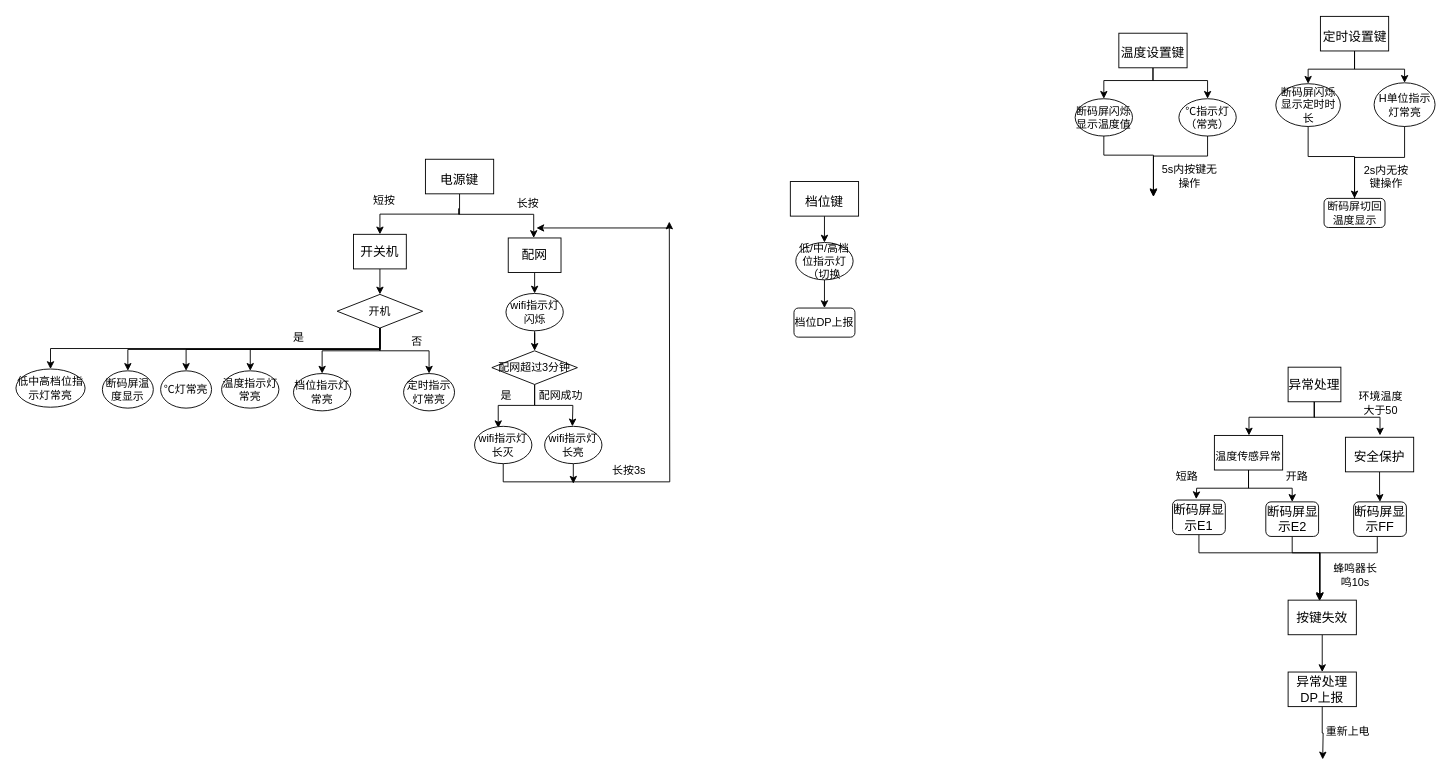
Before: led_frame.drawio in JeffYec/Jeff, a draw.io diagram. Source tidied: cells renumbered, new cells numbered last; positions are measured from the earlier drawing's top-left corner, leaving out a move shared by most shapes. Both pictures are drawn from the tidied source at 91%, with x=0, y=0 at pixel (15, 15).
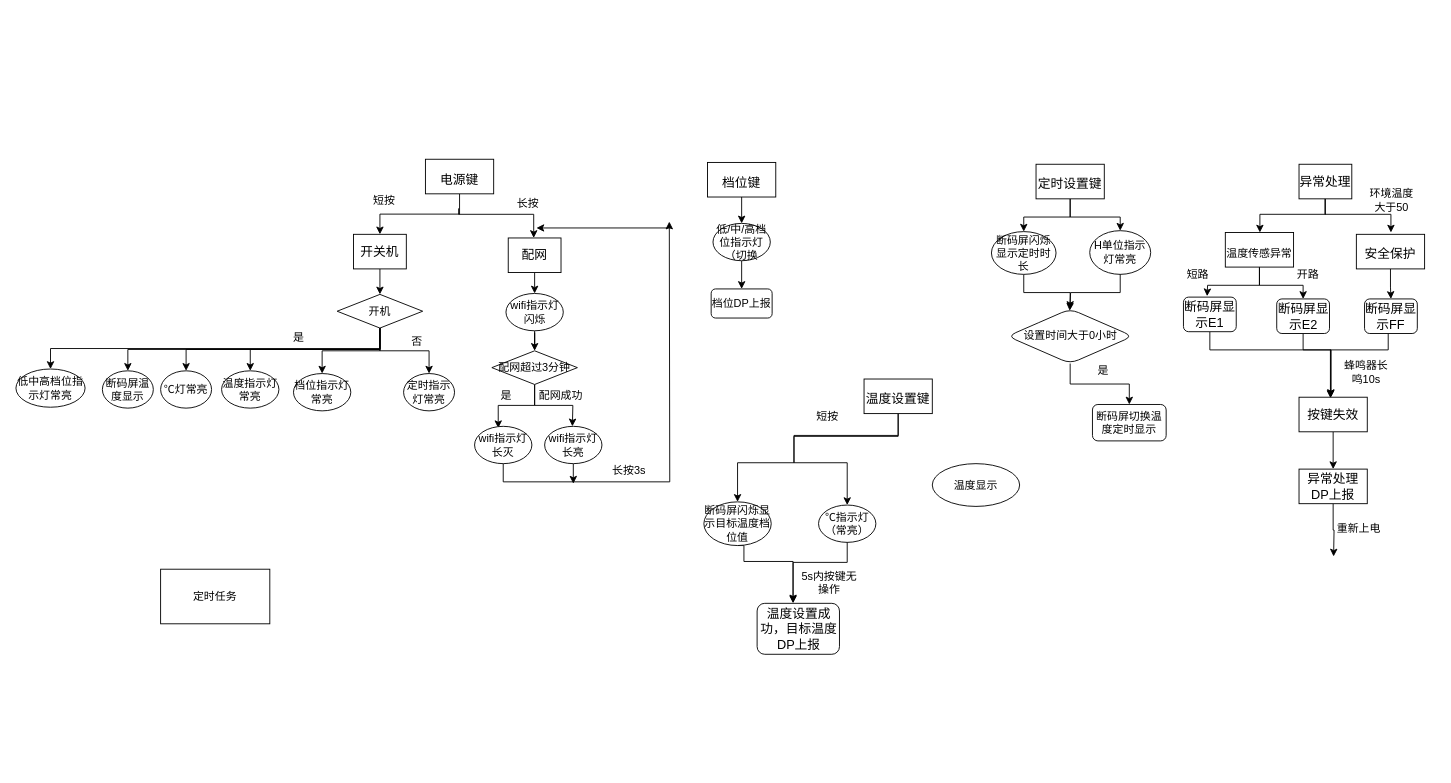
After the change.

Change to the diagram source:
```diff
@@
     <mxCell id="5" value="&lt;font style=&quot;font-size: 14px&quot;&gt;档位键&lt;/font&gt;" style="rounded=0;whiteSpace=wrap;html=1;fontSize=24;" parent="1" vertex="1">
-      <mxGeometry x="851" y="182" width="75" height="38" as="geometry" />
+      <mxGeometry x="760" y="161" width="75" height="38" as="geometry" />
     </mxCell>
     <mxCell id="6" style="edgeStyle=orthogonalEdgeStyle;rounded=0;jettySize=auto;html=1;exitX=0.5;exitY=1;exitDx=0;exitDy=0;entryX=0.5;entryY=0;entryDx=0;entryDy=0;" parent="1" edge="1" source="8" target="30">
       <mxGeometry relative="1" as="geometry">
         <Array as="points">
-          <mxPoint x="1250" y="71" />
-          <mxPoint x="1196" y="71" />
+          <mxPoint x="970" y="462" />
+          <mxPoint x="855" y="462" />
+          <mxPoint x="855" y="491" />
+          <mxPoint x="793" y="491" />
         </Array>
       </mxGeometry>
     </mxCell>
     <mxCell id="7" style="edgeStyle=orthogonalEdgeStyle;rounded=0;jettySize=auto;html=1;exitX=0.5;exitY=1;exitDx=0;exitDy=0;entryX=0.5;entryY=0;entryDx=0;entryDy=0;fontSize=12;" parent="1" edge="1" source="8" target="22">
       <mxGeometry relative="1" as="geometry">
         <Array as="points">
-          <mxPoint x="1250" y="71" />
-          <mxPoint x="1310" y="71" />
+          <mxPoint x="970" y="461" />
+          <mxPoint x="855" y="461" />
+          <mxPoint x="855" y="491" />
+          <mxPoint x="914" y="491" />
         </Array>
       </mxGeometry>
     </mxCell>
     <mxCell id="8" value="&lt;span style=&quot;font-size: 14px&quot;&gt;温度设置键&lt;/span&gt;" style="rounded=0;whiteSpace=wrap;html=1;fontSize=24;" parent="1" vertex="1">
-      <mxGeometry x="1212" y="19" width="75" height="38" as="geometry" />
+      <mxGeometry x="932" y="399" width="75" height="38" as="geometry" />
     </mxCell>
@@
     <mxCell id="11" value="&lt;font style=&quot;font-size: 14px&quot;&gt;定时设置键&lt;/font&gt;" style="rounded=0;whiteSpace=wrap;html=1;fontSize=24;" parent="1" vertex="1">
-      <mxGeometry x="1433.5" y="0.5" width="75" height="38" as="geometry" />
+      <mxGeometry x="1121" y="163" width="75" height="38" as="geometry" />
     </mxCell>
@@
     <mxCell id="20" value="低/中/高档位指示灯（切换" style="ellipse;whiteSpace=wrap;html=1;" parent="1" vertex="1">
-      <mxGeometry x="857" y="249" width="63" height="41" as="geometry" />
+      <mxGeometry x="766" y="228" width="63" height="41" as="geometry" />
     </mxCell>
     <mxCell id="21" style="edgeStyle=orthogonalEdgeStyle;rounded=0;orthogonalLoop=1;jettySize=auto;html=1;exitX=0.5;exitY=1;exitDx=0;exitDy=0;fontSize=12;" parent="1" edge="1">
       <mxGeometry relative="1" as="geometry">
-        <mxPoint x="1309.5" y="131" as="sourcePoint" />
-        <mxPoint x="1250" y="198" as="targetPoint" />
+        <mxPoint x="913.5" y="577.5" as="sourcePoint" />
+        <mxPoint x="854" y="644.5" as="targetPoint" />
         <Array as="points">
-          <mxPoint x="1310" y="154" />
-          <mxPoint x="1250" y="154" />
+          <mxPoint x="914" y="600.5" />
+          <mxPoint x="854" y="600.5" />
         </Array>
       </mxGeometry>
     </mxCell>
     <mxCell id="22" value="℃指示灯（常亮）" style="ellipse;whiteSpace=wrap;html=1;" parent="1" vertex="1">
-      <mxGeometry x="1278" y="91" width="63" height="41" as="geometry" />
+      <mxGeometry x="882" y="537.5" width="63" height="41" as="geometry" />
     </mxCell>
@@
     <mxCell id="29" style="edgeStyle=orthogonalEdgeStyle;rounded=0;jettySize=auto;html=1;exitX=0.5;exitY=1;exitDx=0;exitDy=0;" parent="1" edge="1" source="30">
       <mxGeometry relative="1" as="geometry">
-        <mxPoint x="1250" y="199" as="targetPoint" />
+        <mxPoint x="854" y="645.5" as="targetPoint" />
         <Array as="points">
-          <mxPoint x="1196" y="153" />
-          <mxPoint x="1250" y="153" />
+          <mxPoint x="800" y="599.5" />
+          <mxPoint x="854" y="599.5" />
         </Array>
       </mxGeometry>
     </mxCell>
-    <mxCell id="30" value="断码屏闪烁显示温度值" style="ellipse;whiteSpace=wrap;html=1;" parent="1" vertex="1">
-      <mxGeometry x="1164" y="91" width="63" height="41" as="geometry" />
+    <mxCell id="30" value="断码屏闪烁显示目标温度档位值" style="ellipse;whiteSpace=wrap;html=1;" parent="1" vertex="1">
+      <mxGeometry x="756" y="534" width="74" height="48" as="geometry" />
     </mxCell>
-    <mxCell id="31" style="edgeStyle=orthogonalEdgeStyle;rounded=0;jettySize=auto;html=1;exitX=0.5;exitY=1;exitDx=0;exitDy=0;entryX=0.5;entryY=0;entryDx=0;entryDy=0;fontSize=12;" parent="1" edge="1" source="32" target="68">
-      <mxGeometry relative="1" as="geometry">
-        <Array as="points">
-          <mxPoint x="1419.5" y="154.5" />
-          <mxPoint x="1471.5" y="154.5" />
-        </Array>
-      </mxGeometry>
-    </mxCell>
+    <mxCell id="84" style="edgeStyle=orthogonalEdgeStyle;rounded=0;jettySize=auto;html=1;exitX=0.5;exitY=1;exitDx=0;exitDy=0;fontSize=12;" parent="1" edge="1" source="32" target="87">
+      <mxGeometry relative="1" as="geometry" />
+    </mxCell>
     <mxCell id="32" value="断码屏闪烁显示定时时长" style="ellipse;whiteSpace=wrap;html=1;" parent="1" vertex="1">
-      <mxGeometry x="1384.5" y="74.5" width="71" height="47" as="geometry" />
+      <mxGeometry x="1072" y="237" width="71" height="47" as="geometry" />
     </mxCell>
-    <mxCell id="33" style="edgeStyle=orthogonalEdgeStyle;rounded=0;orthogonalLoop=1;jettySize=auto;html=1;exitX=0.5;exitY=1;exitDx=0;exitDy=0;entryX=0.5;entryY=0;entryDx=0;entryDy=0;fontSize=12;" parent="1" edge="1">
+    <mxCell id="33" style="edgeStyle=orthogonalEdgeStyle;rounded=0;orthogonalLoop=1;jettySize=auto;html=1;exitX=0.5;exitY=1;exitDx=0;exitDy=0;fontSize=12;" parent="1" edge="1">
       <mxGeometry relative="1" as="geometry">
-        <mxPoint x="1526" y="120.5" as="sourcePoint" />
-        <mxPoint x="1471" y="217.5" as="targetPoint" />
+        <mxPoint x="1213.5" y="269" as="sourcePoint" />
+        <mxPoint x="1158" y="324" as="targetPoint" />
         <Array as="points">
-          <mxPoint x="1525.5" y="155.5" />
-          <mxPoint x="1471.5" y="155.5" />
+          <mxPoint x="1213" y="304" />
+          <mxPoint x="1159" y="304" />
         </Array>
       </mxGeometry>
     </mxCell>
     <mxCell id="34" value="H单位指示灯常亮" style="ellipse;whiteSpace=wrap;html=1;" parent="1" vertex="1">
-      <mxGeometry x="1492.5" y="73.5" width="67" height="48" as="geometry" />
+      <mxGeometry x="1180" y="236" width="67" height="48" as="geometry" />
     </mxCell>
@@
     <mxCell id="47" style="edgeStyle=orthogonalEdgeStyle;rounded=0;jettySize=auto;html=1;" parent="1" edge="1" target="51">
       <mxGeometry relative="1" as="geometry">
-        <mxPoint x="1427" y="424" as="sourcePoint" />
+        <mxPoint x="1439" y="201" as="sourcePoint" />
         <Array as="points">
-          <mxPoint x="1427" y="441" />
-          <mxPoint x="1355" y="441" />
+          <mxPoint x="1439" y="218" />
+          <mxPoint x="1367" y="218" />
         </Array>
       </mxGeometry>
     </mxCell>
     <mxCell id="48" style="edgeStyle=orthogonalEdgeStyle;rounded=0;orthogonalLoop=1;jettySize=auto;html=1;exitX=0.5;exitY=1;exitDx=0;exitDy=0;" parent="1" edge="1">
       <mxGeometry relative="1" as="geometry">
-        <mxPoint x="1426.5" y="423" as="sourcePoint" />
-        <mxPoint x="1499" y="461" as="targetPoint" />
+        <mxPoint x="1438.5" y="200" as="sourcePoint" />
+        <mxPoint x="1511" y="238" as="targetPoint" />
         <Array as="points">
-          <mxPoint x="1427" y="441" />
-          <mxPoint x="1499" y="441" />
+          <mxPoint x="1439" y="218" />
+          <mxPoint x="1511" y="218" />
         </Array>
       </mxGeometry>
     </mxCell>
     <mxCell id="49" style="edgeStyle=orthogonalEdgeStyle;rounded=0;jettySize=auto;html=1;exitX=0.5;exitY=1;exitDx=0;exitDy=0;fontSize=12;" parent="1" edge="1" source="51">
       <mxGeometry relative="1" as="geometry">
-        <mxPoint x="1297" y="531" as="targetPoint" />
+        <mxPoint x="1309" y="308" as="targetPoint" />
       </mxGeometry>
     </mxCell>
@@
     <mxCell id="51" value="&lt;p&gt;&lt;font style=&quot;font-size: 12px&quot;&gt;温度传感异常&lt;/font&gt;&lt;br&gt;&lt;/p&gt;" style="rounded=0;whiteSpace=wrap;html=1;fontSize=24;align=center;" parent="1" vertex="1">
-      <mxGeometry x="1317" y="461" width="75" height="38" as="geometry" />
+      <mxGeometry x="1329" y="238" width="75" height="38" as="geometry" />
     </mxCell>
@@
     <mxCell id="53" value="&lt;div&gt;&lt;span style=&quot;font-size: 14px ; line-height: 1&quot;&gt;安全保护&lt;/span&gt;&lt;/div&gt;" style="rounded=0;whiteSpace=wrap;html=1;fontSize=24;align=center;" parent="1" vertex="1">
-      <mxGeometry x="1461" y="463" width="75" height="38" as="geometry" />
+      <mxGeometry x="1473" y="240" width="75" height="38" as="geometry" />
     </mxCell>
@@
     <mxCell id="55" value="按键失效" style="rounded=0;whiteSpace=wrap;html=1;fontSize=14;" parent="1" vertex="1">
-      <mxGeometry x="1398" y="642" width="75" height="38" as="geometry" />
+      <mxGeometry x="1410" y="419" width="75" height="38" as="geometry" />
     </mxCell>
     <mxCell id="56" style="edgeStyle=orthogonalEdgeStyle;rounded=0;jettySize=auto;html=1;fontSize=12;" parent="1" edge="1" source="57" target="55">
       <mxGeometry relative="1" as="geometry">
         <Array as="points">
-          <mxPoint x="1300" y="590" />
-          <mxPoint x="1433" y="590" />
+          <mxPoint x="1312" y="367" />
+          <mxPoint x="1445" y="367" />
         </Array>
       </mxGeometry>
     </mxCell>
     <mxCell id="57" value="断码屏显示E1" style="rounded=1;whiteSpace=wrap;html=1;fontSize=14;shadow=0;glass=0;" parent="1" vertex="1">
-      <mxGeometry x="1271" y="532" width="58" height="38" as="geometry" />
+      <mxGeometry x="1283" y="309" width="58" height="38" as="geometry" />
     </mxCell>
     <mxCell id="58" style="edgeStyle=orthogonalEdgeStyle;rounded=0;jettySize=auto;html=1;exitX=0.5;exitY=1;exitDx=0;exitDy=0;fontSize=12;" parent="1" edge="1" source="59">
       <mxGeometry relative="1" as="geometry">
-        <mxPoint x="1433" y="642" as="targetPoint" />
+        <mxPoint x="1445" y="419" as="targetPoint" />
         <Array as="points">
-          <mxPoint x="1403" y="590" />
-          <mxPoint x="1433" y="590" />
+          <mxPoint x="1415" y="367" />
+          <mxPoint x="1445" y="367" />
         </Array>
       </mxGeometry>
     </mxCell>
     <mxCell id="59" value="断码屏显示E2" style="rounded=1;whiteSpace=wrap;html=1;fontSize=14;" parent="1" vertex="1">
-      <mxGeometry x="1373.5" y="534" width="58" height="38" as="geometry" />
+      <mxGeometry x="1385.5" y="311" width="58" height="38" as="geometry" />
     </mxCell>
     <mxCell id="60" style="edgeStyle=orthogonalEdgeStyle;rounded=0;orthogonalLoop=1;jettySize=auto;html=1;exitX=0.5;exitY=1;exitDx=0;exitDy=0;entryX=0.5;entryY=0;entryDx=0;entryDy=0;fontSize=12;" parent="1" edge="1">
       <mxGeometry relative="1" as="geometry">
-        <mxPoint x="1496" y="572" as="sourcePoint" />
-        <mxPoint x="1432.5" y="643" as="targetPoint" />
+        <mxPoint x="1508" y="349" as="sourcePoint" />
+        <mxPoint x="1444.5" y="420" as="targetPoint" />
         <Array as="points">
-          <mxPoint x="1496" y="590" />
-          <mxPoint x="1433" y="590" />
+          <mxPoint x="1508" y="367" />
+          <mxPoint x="1445" y="367" />
         </Array>
       </mxGeometry>
     </mxCell>
     <mxCell id="61" value="断码屏显示FF" style="rounded=1;whiteSpace=wrap;html=1;fontSize=14;" parent="1" vertex="1">
-      <mxGeometry x="1470" y="534" width="58" height="38" as="geometry" />
+      <mxGeometry x="1482" y="311" width="58" height="38" as="geometry" />
     </mxCell>
     <mxCell id="62" value="短路" style="text;html=1;strokeColor=none;fillColor=none;align=center;verticalAlign=middle;whiteSpace=wrap;rounded=0;fontSize=12;" parent="1" vertex="1">
-      <mxGeometry x="1257" y="492" width="60" height="30" as="geometry" />
+      <mxGeometry x="1269" y="269" width="60" height="30" as="geometry" />
     </mxCell>
     <mxCell id="63" value="开路" style="text;html=1;strokeColor=none;fillColor=none;align=center;verticalAlign=middle;whiteSpace=wrap;rounded=0;fontSize=12;" parent="1" vertex="1">
-      <mxGeometry x="1378" y="492" width="60" height="30" as="geometry" />
+      <mxGeometry x="1390" y="269" width="60" height="30" as="geometry" />
     </mxCell>
     <mxCell id="64" value="环境温度大于50" style="text;html=1;strokeColor=none;fillColor=none;align=center;verticalAlign=middle;whiteSpace=wrap;rounded=0;fontSize=12;" parent="1" vertex="1">
-      <mxGeometry x="1470" y="411" width="60" height="30" as="geometry" />
+      <mxGeometry x="1482" y="188" width="60" height="30" as="geometry" />
     </mxCell>
     <mxCell id="65" value="蜂鸣器长鸣10s" style="text;html=1;strokeColor=none;fillColor=none;align=center;verticalAlign=middle;whiteSpace=wrap;rounded=0;fontSize=12;" parent="1" vertex="1">
-      <mxGeometry x="1442" y="600" width="60" height="30" as="geometry" />
+      <mxGeometry x="1454" y="377" width="60" height="30" as="geometry" />
     </mxCell>
     <mxCell id="66" value="异常处理" style="rounded=0;whiteSpace=wrap;html=1;fontSize=14;" parent="1" vertex="1">
-      <mxGeometry x="1398" y="386" width="58" height="38" as="geometry" />
+      <mxGeometry x="1410" y="163" width="58" height="38" as="geometry" />
     </mxCell>
     <mxCell id="67" value="档位DP上报" style="rounded=1;whiteSpace=wrap;html=1;fontSize=12;" parent="1" vertex="1">
-      <mxGeometry x="855" y="321" width="67" height="32" as="geometry" />
+      <mxGeometry x="764" y="300" width="67" height="32" as="geometry" />
     </mxCell>
-    <mxCell id="68" value="断码屏切回温度显示" style="rounded=1;whiteSpace=wrap;html=1;fontSize=12;" parent="1" vertex="1">
-      <mxGeometry x="1437.5" y="200.5" width="67" height="32" as="geometry" />
+    <mxCell id="68" value="断码屏切换温度定时显示" style="rounded=1;whiteSpace=wrap;html=1;fontSize=12;" parent="1" vertex="1">
+      <mxGeometry x="1183" y="427" width="81" height="40" as="geometry" />
     </mxCell>
     <mxCell id="69" style="edgeStyle=orthogonalEdgeStyle;rounded=0;jettySize=auto;html=1;exitX=0.5;exitY=1;exitDx=0;exitDy=0;fontSize=12;" parent="1" edge="1" source="70">
       <mxGeometry relative="1" as="geometry">
-        <mxPoint x="1436" y="817" as="targetPoint" />
+        <mxPoint x="1448" y="594" as="targetPoint" />
       </mxGeometry>
     </mxCell>
     <mxCell id="70" value="异常处理DP上报" style="rounded=0;whiteSpace=wrap;html=1;fontSize=14;" parent="1" vertex="1">
-      <mxGeometry x="1398" y="721" width="75" height="38" as="geometry" />
+      <mxGeometry x="1410" y="498" width="75" height="38" as="geometry" />
     </mxCell>
     <mxCell id="71" value="重新上电" style="text;html=1;strokeColor=none;fillColor=none;align=center;verticalAlign=middle;whiteSpace=wrap;rounded=0;shadow=0;glass=0;fontSize=12;" parent="1" vertex="1">
-      <mxGeometry x="1434" y="772" width="60" height="30" as="geometry" />
+      <mxGeometry x="1446" y="549" width="60" height="30" as="geometry" />
     </mxCell>
     <mxCell id="72" value="5s内按键无操作" style="text;html=1;strokeColor=none;fillColor=none;align=center;verticalAlign=middle;whiteSpace=wrap;rounded=0;shadow=0;glass=0;fontSize=12;" parent="1" vertex="1">
-      <mxGeometry x="1253" y="161" width="74" height="30" as="geometry" />
+      <mxGeometry x="857" y="607.5" width="74" height="30" as="geometry" />
     </mxCell>
-    <mxCell id="73" value="2s内无按键操作" style="text;html=1;strokeColor=none;fillColor=none;align=center;verticalAlign=middle;whiteSpace=wrap;rounded=0;shadow=0;glass=0;fontSize=12;" parent="1" vertex="1">
-      <mxGeometry x="1475.5" y="161.5" width="60" height="30" as="geometry" />
-    </mxCell>
@@
+    <mxCell id="85" value="温度设置成功，目标温度DP上报" style="rounded=1;whiteSpace=wrap;html=1;fontSize=14;" parent="1" vertex="1">
+      <mxGeometry x="814.5" y="645.5" width="90.5" height="56" as="geometry" />
+    </mxCell>
+    <mxCell id="86" style="edgeStyle=orthogonalEdgeStyle;rounded=0;jettySize=auto;html=1;exitX=0.5;exitY=1;exitDx=0;exitDy=0;fontSize=12;" parent="1" edge="1" source="87" target="68">
+      <mxGeometry relative="1" as="geometry" />
+    </mxCell>
+    <mxCell id="87" value="&lt;div&gt;&lt;span&gt;设置时间大于0小时&lt;/span&gt;&lt;/div&gt;" style="rhombus;whiteSpace=wrap;html=1;rounded=1;shadow=0;glass=0;fontSize=12;align=center;" parent="1" vertex="1">
+      <mxGeometry x="1089.6" y="322" width="137.8" height="60" as="geometry" />
+    </mxCell>
+    <mxCell id="88" value="是" style="text;html=1;strokeColor=none;fillColor=none;align=center;verticalAlign=middle;whiteSpace=wrap;rounded=0;shadow=0;glass=0;fontSize=12;" parent="1" vertex="1">
+      <mxGeometry x="1165" y="375" width="60" height="30" as="geometry" />
+    </mxCell>
+    <mxCell id="89" value="短按" style="text;html=1;strokeColor=none;fillColor=none;align=center;verticalAlign=middle;whiteSpace=wrap;rounded=0;shadow=0;glass=0;fontSize=12;" parent="1" vertex="1">
+      <mxGeometry x="862" y="426" width="60" height="30" as="geometry" />
+    </mxCell>
+    <mxCell id="90" value="温度显示" style="ellipse;whiteSpace=wrap;html=1;rounded=1;shadow=0;glass=0;fontSize=12;" parent="1" vertex="1">
+      <mxGeometry x="1007" y="492" width="96" height="47" as="geometry" />
+    </mxCell>
+    <mxCell id="91" value="定时任务" style="rounded=0;whiteSpace=wrap;html=1;shadow=0;glass=0;fontSize=12;" parent="1" vertex="1">
+      <mxGeometry x="159" y="608" width="120" height="60" as="geometry" />
+    </mxCell>
```
